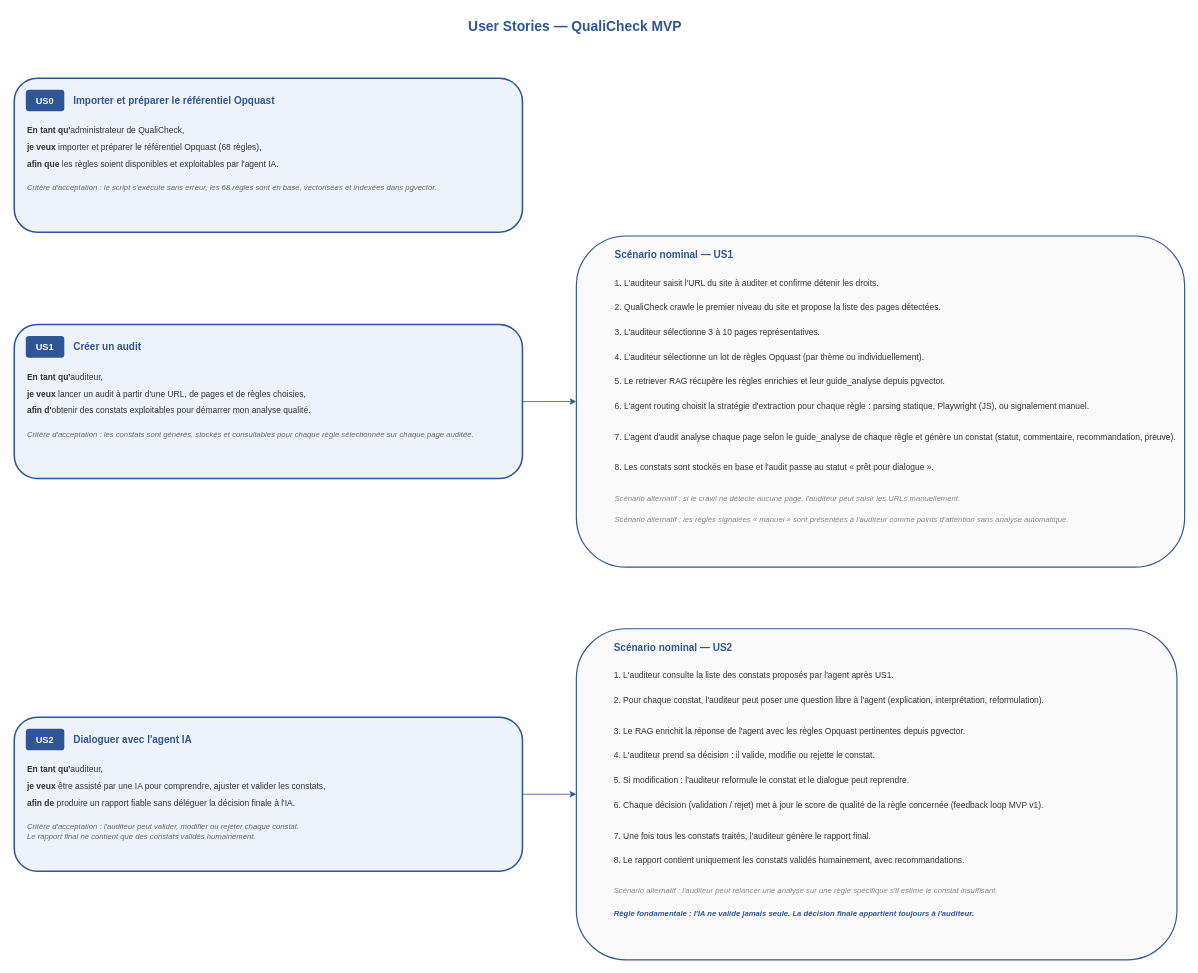
Before: conception/annexes/G_user_stories_qualicheck.drawio in wawawaformation/qualicheck, a draw.io diagram. Source tidied: cells renumbered, new cells numbered last; positions are measured from the earlier drawing's top-left corner, leaving out a move shared by most shapes. Both pictures are drawn from the tidied source at 77%, with x=0, y=0 at pixel (14, 13).
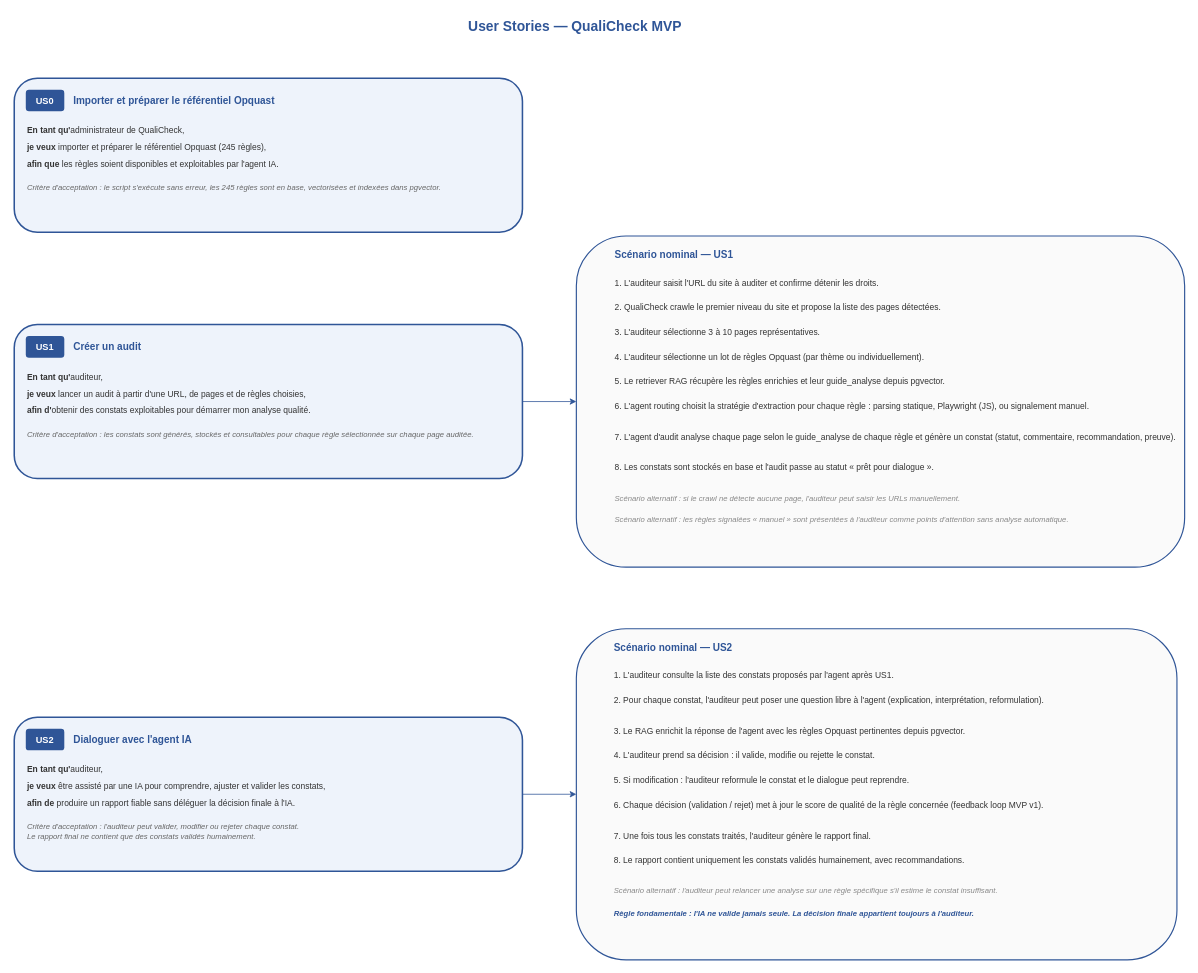
The same diagram, later.

What changed in the source:
```diff
@@
-    <mxCell id="7" value="&lt;b&gt;je veux&lt;/b&gt; importer et préparer le référentiel Opquast (68 règles)," style="text;html=1;fontSize=11;fillColor=none;strokeColor=none;fontColor=#333333;" parent="1" vertex="1">
+    <mxCell id="7" value="&lt;b&gt;je veux&lt;/b&gt; importer et préparer le référentiel Opquast (245 règles)," style="text;html=1;fontSize=11;fillColor=none;strokeColor=none;fontColor=#333333;" parent="1" vertex="1">
       <mxGeometry x="15" y="161" width="430" height="22" as="geometry" />
     </mxCell>
@@
-    <mxCell id="9" value="Critère d'acceptation : le script s'exécute sans erreur, les 68 règles sont en base, vectorisées et indexées dans pgvector." style="text;html=1;fontSize=10;fontStyle=2;fillColor=none;strokeColor=none;fontColor=#666666;" parent="1" vertex="1">
+    <mxCell id="9" value="Critère d'acceptation : le script s'exécute sans erreur, les 245 règles sont en base, vectorisées et indexées dans pgvector." style="text;html=1;fontSize=10;fontStyle=2;fillColor=none;strokeColor=none;fontColor=#666666;" parent="1" vertex="1">
       <mxGeometry x="15" y="214" width="430" height="36" as="geometry" />
     </mxCell>
```
